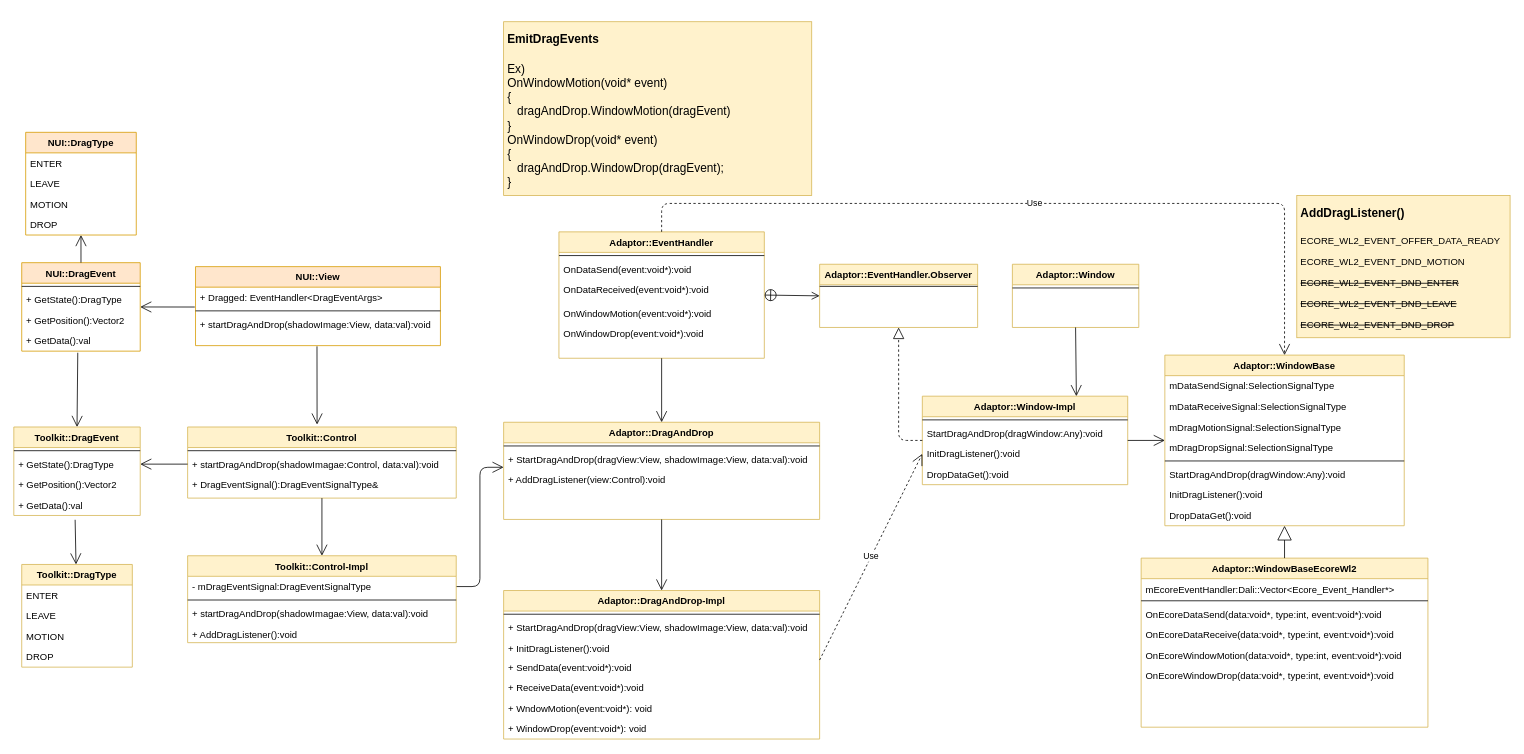
taehyub/drawio keeps this draw.io diagram as page "Page-3" (3 of 10) of Untitled Diagram.drawio. Above is the earlier version. Source tidied: cells renumbered, new cells numbered last; positions are measured from the earlier drawing's top-left corner, leaving out a move shared by most shapes. Both pictures are drawn from the tidied source at 79%, with x=0, y=0 at pixel (13, 21).
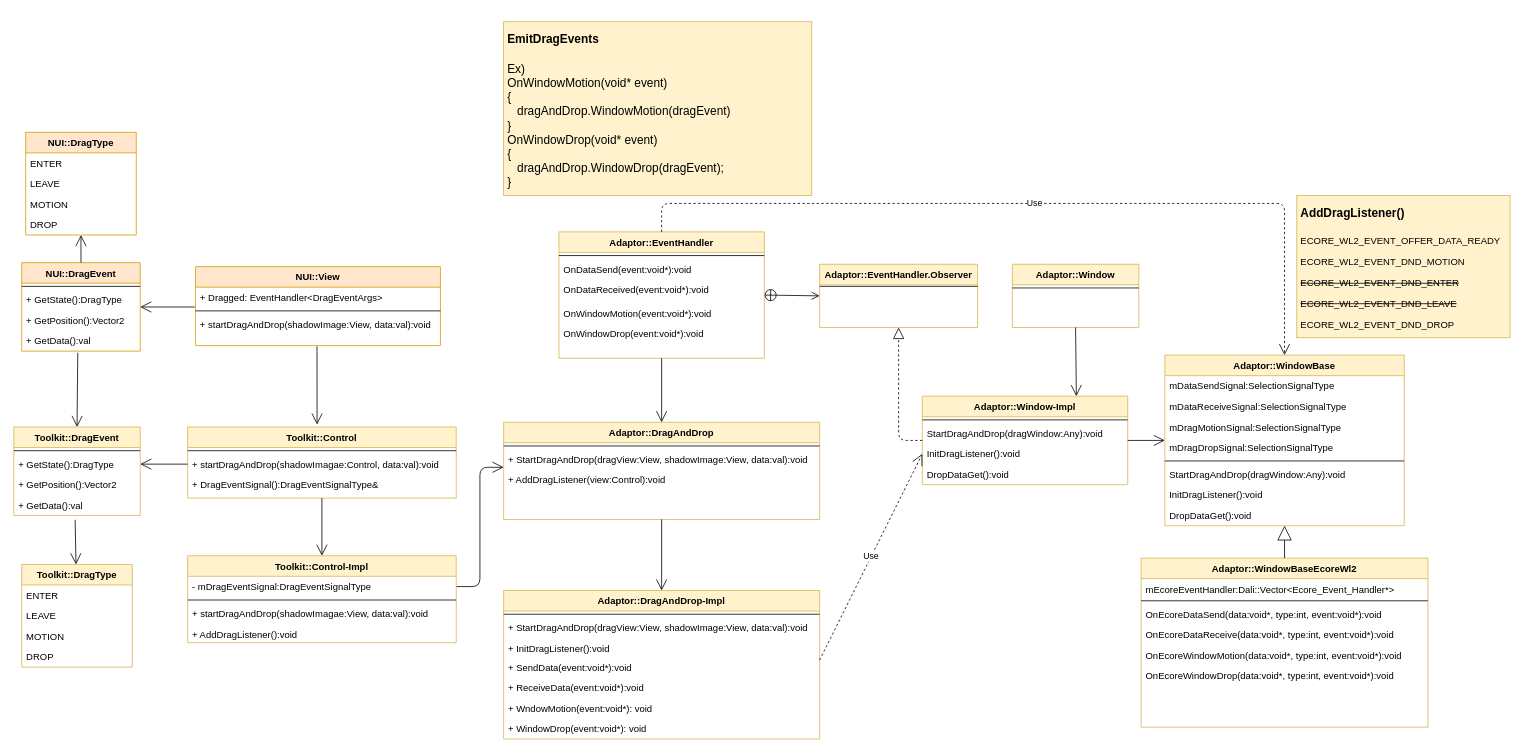
The same page after the edit.

What changed in the source:
```diff
@@
-    <mxCell id="63" value="&lt;h1&gt;&lt;font style=&quot;font-size: 15px&quot;&gt;AddDragListener()&lt;br&gt;&lt;/font&gt;&lt;/h1&gt;&lt;p&gt;&lt;span&gt;ECORE_WL2_EVENT_OFFER_DATA_READY&lt;br&gt;&lt;/span&gt;&lt;/p&gt;&lt;p&gt;&lt;span&gt;ECORE_WL2_EVENT_DND_MOTION&lt;br&gt;&lt;/span&gt;&lt;/p&gt;&lt;p&gt;&lt;strike&gt;ECORE_WL2_EVENT_DND_ENTER&lt;/strike&gt;&lt;br&gt;&lt;/p&gt;&lt;p&gt;&lt;strike&gt;ECORE_WL2_EVENT_DND_LEAVE&lt;/strike&gt;&lt;br&gt;&lt;/p&gt;&lt;p&gt;&lt;strike&gt;ECORE_WL2_EVENT_DND_DROP&lt;/strike&gt;&lt;br&gt;&lt;/p&gt;" style="text;html=1;strokeColor=#d6b656;fillColor=#fff2cc;spacing=5;spacingTop=-20;whiteSpace=wrap;overflow=hidden;rounded=0;hachureGap=4;" parent="1" vertex="1">
+    <mxCell id="63" value="&lt;h1&gt;&lt;font style=&quot;font-size: 15px&quot;&gt;AddDragListener()&lt;br&gt;&lt;/font&gt;&lt;/h1&gt;&lt;p&gt;&lt;span&gt;ECORE_WL2_EVENT_OFFER_DATA_READY&lt;br&gt;&lt;/span&gt;&lt;/p&gt;&lt;p&gt;&lt;span&gt;ECORE_WL2_EVENT_DND_MOTION&lt;br&gt;&lt;/span&gt;&lt;/p&gt;&lt;p&gt;&lt;strike&gt;ECORE_WL2_EVENT_DND_ENTER&lt;/strike&gt;&lt;br&gt;&lt;/p&gt;&lt;p&gt;&lt;strike&gt;ECORE_WL2_EVENT_DND_LEAVE&lt;/strike&gt;&lt;br&gt;&lt;/p&gt;&lt;p&gt;ECORE_WL2_EVENT_DND_DROP&lt;br&gt;&lt;/p&gt;" style="text;html=1;strokeColor=#d6b656;fillColor=#fff2cc;spacing=5;spacingTop=-20;whiteSpace=wrap;overflow=hidden;rounded=0;hachureGap=4;" parent="1" vertex="1">
       <mxGeometry x="1624" y="220" width="270" height="180" as="geometry" />
     </mxCell>
```
